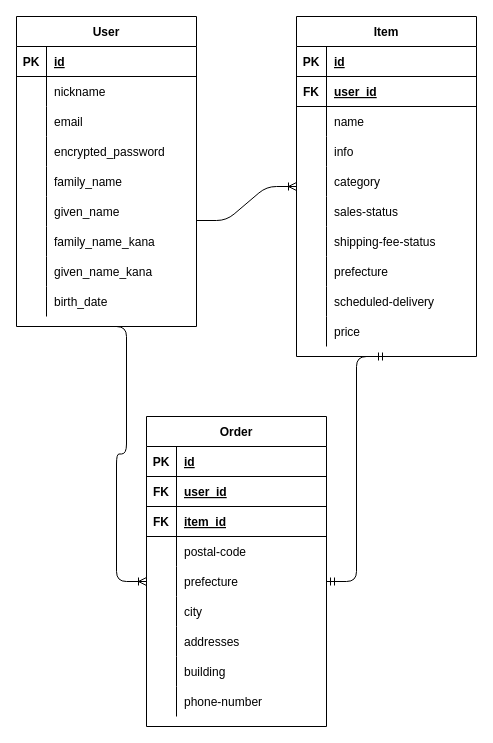
Above: ER.dio in ttbbtbb/furima-31108 (draw.io), before the change. Source tidied: cells renumbered, new cells numbered last; positions are measured from the earlier drawing's top-left corner, leaving out a move shared by most shapes. Both pictures are drawn from the tidied source at 100%, with x=0, y=0 at pixel (16, 16).
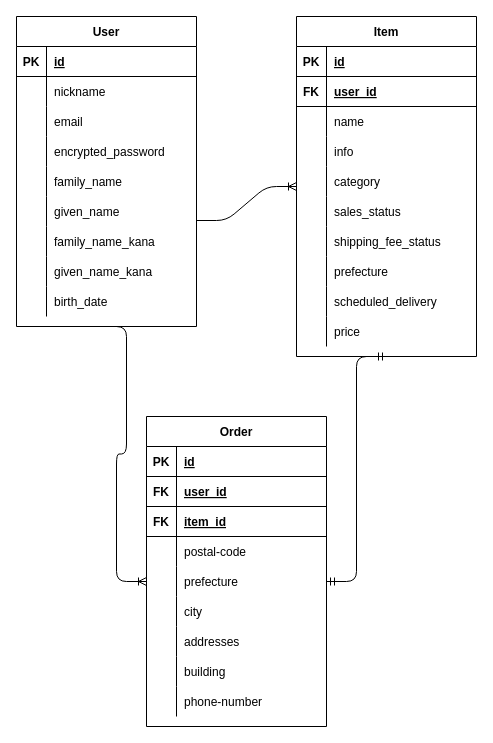
After the change.

Commit message (it also covers changes not shown here):
カラム名のハイフンをアンダースコアに変更

Unchanged cells that the change refers to:
```xml
<mxCell id="46" style="shape=partialRectangle;fillColor=none;top=0;left=0;bottom=0;right=0;" parent="30" vertex="1">
  <mxGeometry y="180" width="180" height="30" as="geometry" />
</mxCell>
<mxCell id="49" style="shape=partialRectangle;fillColor=none;top=0;left=0;bottom=0;right=0;" parent="30" vertex="1">
  <mxGeometry y="210" width="180" height="30" as="geometry" />
</mxCell>
<mxCell id="55" style="shape=partialRectangle;fillColor=none;top=0;left=0;bottom=0;right=0;" parent="30" vertex="1">
  <mxGeometry y="270" width="180" height="30" as="geometry" />
</mxCell>
```

What changed in the source:
```diff
@@
-    <mxCell id="48" value="sales-status" style="shape=partialRectangle;fillColor=none;top=0;left=0;bottom=0;right=0;align=left;spacingLeft=6;overflow=hidden;" parent="46" vertex="1">
+    <mxCell id="48" value="sales_status" style="shape=partialRectangle;fillColor=none;top=0;left=0;bottom=0;right=0;align=left;spacingLeft=6;overflow=hidden;" parent="46" vertex="1">
       <mxGeometry x="30" width="150" height="30" as="geometry" />
     </mxCell>
@@
-    <mxCell id="51" value="shipping-fee-status" style="shape=partialRectangle;fillColor=none;top=0;left=0;bottom=0;right=0;align=left;spacingLeft=6;overflow=hidden;" parent="49" vertex="1">
+    <mxCell id="51" value="shipping_fee_status" style="shape=partialRectangle;fillColor=none;top=0;left=0;bottom=0;right=0;align=left;spacingLeft=6;overflow=hidden;" parent="49" vertex="1">
       <mxGeometry x="30" width="150" height="30" as="geometry" />
     </mxCell>
@@
-    <mxCell id="57" value="scheduled-delivery" style="shape=partialRectangle;fillColor=none;top=0;left=0;bottom=0;right=0;align=left;spacingLeft=6;overflow=hidden;" parent="55" vertex="1">
+    <mxCell id="57" value="scheduled_delivery" style="shape=partialRectangle;fillColor=none;top=0;left=0;bottom=0;right=0;align=left;spacingLeft=6;overflow=hidden;" parent="55" vertex="1">
       <mxGeometry x="30" width="150" height="30" as="geometry" />
     </mxCell>
```
